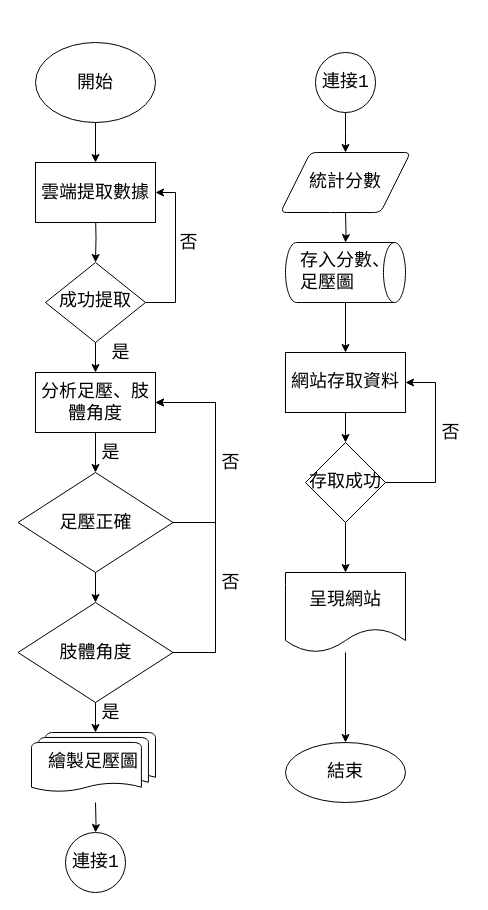
Before: Untitled Diagram.drawio in kelly1117ws/sql_project, a draw.io diagram. Source tidied: cells renumbered, new cells numbered last; positions are measured from the earlier drawing's top-left corner, leaving out a move shared by most shapes. Both pictures are drawn from the tidied source at 100%, with x=0, y=0 at pixel (17, 42).
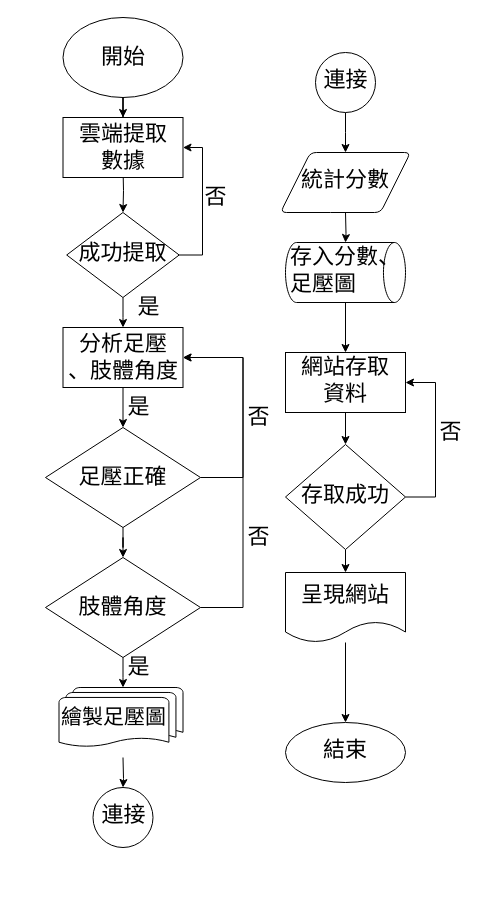
After the change.

What changed in the source:
```diff
@@
-    <mxCell id="2" style="edgeStyle=orthogonalEdgeStyle;rounded=0;jettySize=auto;html=1;fontSize=18;" parent="1" edge="1" target="5">
+    <mxCell id="2" style="edgeStyle=orthogonalEdgeStyle;rounded=0;jettySize=auto;html=1;fontSize=22;" parent="1" edge="1" target="5">
       <mxGeometry relative="1" as="geometry">
-        <mxPoint x="78" y="170" as="sourcePoint" />
+        <mxPoint x="105.5" y="125" as="sourcePoint" />
       </mxGeometry>
     </mxCell>
-    <mxCell id="3" style="edgeStyle=orthogonalEdgeStyle;rounded=0;jettySize=auto;html=1;fontSize=18;" parent="1" edge="1" source="5" target="10">
+    <mxCell id="3" style="edgeStyle=orthogonalEdgeStyle;rounded=0;jettySize=auto;html=1;fontSize=22;" parent="1" edge="1" source="5" target="10">
       <mxGeometry relative="1" as="geometry" />
     </mxCell>
-    <mxCell id="4" style="edgeStyle=orthogonalEdgeStyle;rounded=0;jettySize=auto;html=1;entryX=1;entryY=0.5;entryDx=0;entryDy=0;fontSize=18;" parent="1" edge="1" source="5">
+    <mxCell id="4" style="edgeStyle=orthogonalEdgeStyle;rounded=0;jettySize=auto;html=1;entryX=1;entryY=0.5;entryDx=0;entryDy=0;fontSize=22;" parent="1" edge="1" source="5">
       <mxGeometry relative="1" as="geometry">
-        <mxPoint x="138" y="150" as="targetPoint" />
+        <mxPoint x="165.5" y="105" as="targetPoint" />
         <Array as="points">
-          <mxPoint x="158" y="260" />
-          <mxPoint x="158" y="150" />
+          <mxPoint x="185" y="213" />
+          <mxPoint x="185" y="105" />
         </Array>
       </mxGeometry>
     </mxCell>
-    <mxCell id="5" value="成功提取" style="rhombus;whiteSpace=wrap;html=1;shadow=0;fontFamily=Helvetica;fontSize=18;align=center;strokeWidth=1;spacing=6;spacingTop=-4;" parent="1" vertex="1">
-      <mxGeometry x="28" y="220" width="100" height="80" as="geometry" />
+    <mxCell id="5" value="成功提取" style="rhombus;whiteSpace=wrap;html=1;shadow=0;fontFamily=Helvetica;fontSize=22;align=center;strokeWidth=1;spacing=6;spacingTop=-4;" parent="1" vertex="1">
+      <mxGeometry x="49.2" y="170" width="112.5" height="85" as="geometry" />
     </mxCell>
-    <mxCell id="6" style="edgeStyle=orthogonalEdgeStyle;rounded=0;jettySize=auto;html=1;fontFamily=Courier New;fontSize=18;" parent="1" edge="1" source="7" target="28">
+    <mxCell id="6" style="edgeStyle=orthogonalEdgeStyle;rounded=0;jettySize=auto;html=1;fontFamily=Courier New;fontSize=22;" parent="1" edge="1" source="7" target="28">
       <mxGeometry relative="1" as="geometry" />
     </mxCell>
-    <mxCell id="7" style="ellipse;whiteSpace=wrap;html=1;shadow=0;fontSize=18;" parent="1" vertex="1">
-      <mxGeometry x="18" width="120" height="80" as="geometry" />
+    <mxCell id="7" value="&lt;span style=&quot;font-size: 22px;&quot;&gt;開始&lt;/span&gt;" style="ellipse;whiteSpace=wrap;html=1;shadow=0;fontSize=22;" parent="1" vertex="1">
+      <mxGeometry x="45.5" y="-25" width="120" height="80" as="geometry" />
     </mxCell>
-    <mxCell id="8" value="開始" style="text;html=1;strokeColor=none;fillColor=none;align=center;verticalAlign=middle;whiteSpace=wrap;rounded=0;shadow=0;fontSize=18;" parent="1" vertex="1">
-      <mxGeometry x="48" y="25" width="60" height="30" as="geometry" />
-    </mxCell>
-    <mxCell id="9" style="edgeStyle=orthogonalEdgeStyle;rounded=0;jettySize=auto;html=1;fontSize=18;" parent="1" edge="1" source="10" target="13">
+    <mxCell id="9" style="edgeStyle=orthogonalEdgeStyle;rounded=0;jettySize=auto;html=1;fontSize=22;" parent="1" edge="1" source="10" target="13">
       <mxGeometry relative="1" as="geometry" />
     </mxCell>
-    <mxCell id="10" value="分析足壓、&lt;span style=&quot;text-align: right; font-size: 18px;&quot;&gt;肢體角度&lt;/span&gt;" style="rounded=0;whiteSpace=wrap;html=1;shadow=0;fontSize=18;" parent="1" vertex="1">
-      <mxGeometry x="18" y="330" width="120" height="60" as="geometry" />
+    <mxCell id="10" value="分析足壓&lt;br style=&quot;font-size: 22px;&quot;&gt;&lt;span style=&quot;font-size: 22px;&quot;&gt;、肢體角度&lt;/span&gt;" style="rounded=0;whiteSpace=wrap;html=1;shadow=0;fontSize=22;align=center;" parent="1" vertex="1">
+      <mxGeometry x="45.5" y="285" width="120" height="60" as="geometry" />
     </mxCell>
-    <mxCell id="11" style="edgeStyle=orthogonalEdgeStyle;rounded=0;jettySize=auto;html=1;entryX=1;entryY=0.5;entryDx=0;entryDy=0;fontSize=18;" parent="1" edge="1" source="13" target="10">
+    <mxCell id="11" style="edgeStyle=orthogonalEdgeStyle;rounded=0;jettySize=auto;html=1;entryX=1;entryY=0.5;entryDx=0;entryDy=0;fontSize=22;" parent="1" edge="1" source="13" target="10">
       <mxGeometry relative="1" as="geometry">
         <Array as="points">
-          <mxPoint x="198" y="480" />
-          <mxPoint x="198" y="360" />
+          <mxPoint x="225.5" y="435" />
+          <mxPoint x="225.5" y="315" />
         </Array>
       </mxGeometry>
     </mxCell>
-    <mxCell id="12" style="edgeStyle=orthogonalEdgeStyle;rounded=0;jettySize=auto;html=1;fontSize=18;" parent="1" edge="1" source="13" target="20">
+    <mxCell id="12" style="edgeStyle=orthogonalEdgeStyle;rounded=0;jettySize=auto;html=1;fontSize=22;" parent="1" edge="1" source="13" target="20">
       <mxGeometry relative="1" as="geometry" />
     </mxCell>
-    <mxCell id="13" value="足壓正確" style="rhombus;whiteSpace=wrap;html=1;rounded=0;shadow=0;fontSize=18;" parent="1" vertex="1">
-      <mxGeometry x="0.5" y="430" width="155" height="100" as="geometry" />
+    <mxCell id="13" value="足壓正確" style="rhombus;whiteSpace=wrap;html=1;rounded=0;shadow=0;fontSize=22;" parent="1" vertex="1">
+      <mxGeometry x="28" y="385" width="155" height="100" as="geometry" />
     </mxCell>
-    <mxCell id="14" value="否" style="text;html=1;align=center;verticalAlign=middle;strokeColor=none;fillColor=none;fontSize=18;" parent="1" vertex="1">
-      <mxGeometry x="155.5" y="185" width="30" height="30" as="geometry" />
+    <mxCell id="14" value="否" style="text;html=1;align=center;verticalAlign=middle;strokeColor=none;fillColor=none;fontSize=22;" parent="1" vertex="1">
+      <mxGeometry x="178" y="140" width="40" height="30" as="geometry" />
     </mxCell>
-    <mxCell id="15" value="是" style="text;html=1;align=center;verticalAlign=middle;strokeColor=none;fillColor=none;fontSize=18;" parent="1" vertex="1">
-      <mxGeometry x="88" y="295" width="30" height="30" as="geometry" />
+    <mxCell id="15" value="是" style="text;html=1;align=center;verticalAlign=middle;strokeColor=none;fillColor=none;fontSize=22;" parent="1" vertex="1">
+      <mxGeometry x="110.5" y="250" width="40" height="30" as="geometry" />
     </mxCell>
-    <mxCell id="16" value="否" style="text;html=1;align=center;verticalAlign=middle;strokeColor=none;fillColor=none;fontSize=18;" parent="1" vertex="1">
-      <mxGeometry x="198" y="405" width="30" height="30" as="geometry" />
+    <mxCell id="16" value="否" style="text;html=1;align=center;verticalAlign=middle;strokeColor=none;fillColor=none;fontSize=22;" parent="1" vertex="1">
+      <mxGeometry x="220.5" y="360" width="40" height="30" as="geometry" />
     </mxCell>
-    <mxCell id="17" value="是" style="text;html=1;align=center;verticalAlign=middle;strokeColor=none;fillColor=none;fontSize=18;" parent="1" vertex="1">
-      <mxGeometry x="78" y="395" width="30" height="30" as="geometry" />
+    <mxCell id="17" value="是" style="text;html=1;align=center;verticalAlign=middle;strokeColor=none;fillColor=none;fontSize=22;" parent="1" vertex="1">
+      <mxGeometry x="100.5" y="350" width="40" height="30" as="geometry" />
     </mxCell>
-    <mxCell id="18" style="edgeStyle=orthogonalEdgeStyle;rounded=0;jettySize=auto;html=1;fontSize=18;" parent="1" edge="1" source="20">
+    <mxCell id="18" style="edgeStyle=orthogonalEdgeStyle;rounded=0;jettySize=auto;html=1;fontSize=22;" parent="1" edge="1" source="20">
       <mxGeometry relative="1" as="geometry">
-        <mxPoint x="138" y="360" as="targetPoint" />
+        <mxPoint x="165.5" y="315" as="targetPoint" />
         <Array as="points">
-          <mxPoint x="198" y="610" />
-          <mxPoint x="198" y="360" />
+          <mxPoint x="225.5" y="565" />
+          <mxPoint x="225.5" y="315" />
         </Array>
       </mxGeometry>
     </mxCell>
-    <mxCell id="19" style="edgeStyle=orthogonalEdgeStyle;rounded=0;jettySize=auto;html=1;entryX=0.5;entryY=0;entryDx=0;entryDy=0;entryPerimeter=0;fontSize=18;" parent="1" edge="1" source="20">
+    <mxCell id="19" style="edgeStyle=orthogonalEdgeStyle;rounded=0;jettySize=auto;html=1;entryX=0.5;entryY=0;entryDx=0;entryDy=0;entryPerimeter=0;fontSize=22;" parent="1" edge="1" source="20">
       <mxGeometry relative="1" as="geometry">
-        <mxPoint x="78" y="690" as="targetPoint" />
+        <mxPoint x="105.5" y="645" as="targetPoint" />
       </mxGeometry>
     </mxCell>
-    <mxCell id="20" value="肢體角度" style="rhombus;whiteSpace=wrap;html=1;rounded=0;shadow=0;fontSize=18;" parent="1" vertex="1">
-      <mxGeometry x="0.5" y="560" width="155" height="100" as="geometry" />
+    <mxCell id="20" value="肢體角度" style="rhombus;whiteSpace=wrap;html=1;rounded=0;shadow=0;fontSize=22;" parent="1" vertex="1">
+      <mxGeometry x="28" y="515" width="155" height="100" as="geometry" />
     </mxCell>
-    <mxCell id="21" style="edgeStyle=orthogonalEdgeStyle;rounded=0;jettySize=auto;html=1;fontFamily=Courier New;fontSize=18;" parent="1" edge="1" target="22">
+    <mxCell id="21" style="edgeStyle=orthogonalEdgeStyle;rounded=0;jettySize=auto;html=1;fontFamily=Courier New;fontSize=22;" parent="1" edge="1" target="22">
       <mxGeometry relative="1" as="geometry">
-        <mxPoint x="78" y="760" as="sourcePoint" />
+        <mxPoint x="105.5" y="715" as="sourcePoint" />
       </mxGeometry>
     </mxCell>
-    <mxCell id="22" style="verticalLabelPosition=bottom;verticalAlign=top;html=1;shape=mxgraph.flowchart.on-page_reference;shadow=0;fontFamily=Courier New;fontSize=18;strokeWidth=1;" parent="1" vertex="1">
-      <mxGeometry x="48" y="790" width="60" height="60" as="geometry" />
+    <mxCell id="22" style="verticalLabelPosition=bottom;verticalAlign=top;html=1;shape=mxgraph.flowchart.on-page_reference;shadow=0;fontFamily=Courier New;fontSize=22;strokeWidth=1;" parent="1" vertex="1">
+      <mxGeometry x="75.5" y="745" width="60" height="60" as="geometry" />
     </mxCell>
-    <mxCell id="23" value="連接1" style="text;html=1;align=center;verticalAlign=middle;strokeColor=none;fillColor=none;fontSize=18;fontFamily=Courier New;" parent="1" vertex="1">
-      <mxGeometry x="48" y="805" width="60" height="30" as="geometry" />
+    <mxCell id="23" value="連接" style="text;html=1;align=center;verticalAlign=middle;strokeColor=none;fillColor=none;fontSize=22;fontFamily=Courier New;" parent="1" vertex="1">
+      <mxGeometry x="75.5" y="760" width="60" height="30" as="geometry" />
     </mxCell>
-    <mxCell id="24" style="edgeStyle=orthogonalEdgeStyle;rounded=0;jettySize=auto;html=1;fontFamily=Courier New;fontSize=18;" parent="1" edge="1" source="25">
+    <mxCell id="24" style="edgeStyle=orthogonalEdgeStyle;rounded=0;jettySize=auto;html=1;fontFamily=Courier New;fontSize=22;" parent="1" edge="1" source="25">
       <mxGeometry relative="1" as="geometry">
         <mxPoint x="328" y="110" as="targetPoint" />
       </mxGeometry>
     </mxCell>
-    <mxCell id="25" style="verticalLabelPosition=bottom;verticalAlign=top;html=1;shape=mxgraph.flowchart.on-page_reference;shadow=0;fontFamily=Courier New;fontSize=18;strokeWidth=1;" parent="1" vertex="1">
+    <mxCell id="25" style="verticalLabelPosition=bottom;verticalAlign=top;html=1;shape=mxgraph.flowchart.on-page_reference;shadow=0;fontFamily=Courier New;fontSize=22;strokeWidth=1;" parent="1" vertex="1">
       <mxGeometry x="298" y="10" width="60" height="60" as="geometry" />
     </mxCell>
-    <mxCell id="26" value="連接1" style="text;html=1;align=center;verticalAlign=middle;strokeColor=none;fillColor=none;fontSize=18;fontFamily=Courier New;" parent="1" vertex="1">
+    <mxCell id="26" value="連接" style="text;html=1;align=center;verticalAlign=middle;strokeColor=none;fillColor=none;fontSize=22;fontFamily=Courier New;" parent="1" vertex="1">
       <mxGeometry x="298" y="25" width="60" height="30" as="geometry" />
     </mxCell>
-    <mxCell id="27" style="edgeStyle=orthogonalEdgeStyle;rounded=0;jettySize=auto;html=1;fontFamily=Courier New;fontSize=18;" parent="1" edge="1" target="31">
+    <mxCell id="27" style="edgeStyle=orthogonalEdgeStyle;rounded=0;jettySize=auto;html=1;fontFamily=Courier New;fontSize=22;" parent="1" edge="1" target="31">
       <mxGeometry relative="1" as="geometry">
         <mxPoint x="328" y="170" as="sourcePoint" />
       </mxGeometry>
     </mxCell>
-    <mxCell id="28" value="&lt;span style=&quot;font-size: 18px;&quot;&gt;雲端提取數據&lt;/span&gt;" style="whiteSpace=wrap;html=1;shadow=0;fontSize=18;" parent="1" vertex="1">
-      <mxGeometry x="18" y="120" width="120" height="60" as="geometry" />
+    <mxCell id="28" value="&lt;span style=&quot;font-size: 22px;&quot;&gt;雲端提取&lt;br style=&quot;font-size: 22px;&quot;&gt;數據&lt;/span&gt;" style="whiteSpace=wrap;html=1;shadow=0;fontSize=22;" parent="1" vertex="1">
+      <mxGeometry x="45.5" y="75" width="120" height="60" as="geometry" />
     </mxCell>
-    <mxCell id="29" value="&lt;span style=&quot;font-family: helvetica; font-size: 18px;&quot;&gt;繪製足壓圖&lt;/span&gt;" style="strokeWidth=1;html=1;shape=mxgraph.flowchart.multi-document;whiteSpace=wrap;shadow=0;fontFamily=Courier New;fontSize=18;align=center;labelPosition=center;verticalLabelPosition=middle;verticalAlign=middle;" parent="1" vertex="1">
-      <mxGeometry x="14" y="690" width="124" height="60" as="geometry" />
+    <mxCell id="29" value="&lt;span style=&quot;font-family: helvetica; font-size: 21px;&quot;&gt;繪製足壓圖&lt;/span&gt;" style="strokeWidth=1;html=1;shape=mxgraph.flowchart.multi-document;whiteSpace=wrap;shadow=0;fontFamily=Courier New;fontSize=21;align=left;labelPosition=center;verticalLabelPosition=middle;verticalAlign=middle;" parent="1" vertex="1">
+      <mxGeometry x="41.5" y="645" width="124" height="60" as="geometry" />
     </mxCell>
-    <mxCell id="30" style="edgeStyle=orthogonalEdgeStyle;rounded=0;jettySize=auto;html=1;fontFamily=Courier New;fontSize=18;" parent="1" edge="1" source="31" target="34">
+    <mxCell id="30" style="edgeStyle=orthogonalEdgeStyle;rounded=0;jettySize=auto;html=1;fontFamily=Courier New;fontSize=22;" parent="1" edge="1" source="31" target="34">
       <mxGeometry relative="1" as="geometry" />
     </mxCell>
-    <mxCell id="31" value="存入分數、&lt;br style=&quot;font-size: 18px;&quot;&gt;&lt;div style=&quot;text-align: left; font-size: 18px;&quot;&gt;&lt;span style=&quot;font-size: 18px;&quot;&gt;足壓圖&lt;/span&gt;&lt;/div&gt;" style="strokeWidth=1;html=1;shape=mxgraph.flowchart.direct_data;whiteSpace=wrap;shadow=0;fontFamily=Courier New;fontSize=18;" parent="1" vertex="1">
+    <mxCell id="31" value="存入分數、&lt;br style=&quot;font-size: 22px;&quot;&gt;&lt;div style=&quot;text-align: left; font-size: 22px;&quot;&gt;&lt;span style=&quot;font-size: 22px;&quot;&gt;足壓圖&lt;/span&gt;&lt;/div&gt;" style="strokeWidth=1;html=1;shape=mxgraph.flowchart.direct_data;whiteSpace=wrap;shadow=0;fontFamily=Courier New;fontSize=22;" parent="1" vertex="1">
       <mxGeometry x="268" y="200" width="120" height="60" as="geometry" />
     </mxCell>
-    <mxCell id="32" value="統計分數" style="shape=parallelogram;html=1;strokeWidth=1;perimeter=parallelogramPerimeter;whiteSpace=wrap;rounded=1;arcSize=12;size=0.23;shadow=0;fontFamily=Courier New;fontSize=18;" parent="1" vertex="1">
+    <mxCell id="32" value="統計分數" style="shape=parallelogram;html=1;strokeWidth=1;perimeter=parallelogramPerimeter;whiteSpace=wrap;rounded=1;arcSize=12;size=0.23;shadow=0;fontFamily=Courier New;fontSize=22;" parent="1" vertex="1">
       <mxGeometry x="263" y="110" width="130" height="60" as="geometry" />
     </mxCell>
-    <mxCell id="33" style="edgeStyle=orthogonalEdgeStyle;rounded=0;jettySize=auto;html=1;fontFamily=Courier New;fontSize=18;" parent="1" edge="1" source="34" target="37">
+    <mxCell id="33" style="edgeStyle=orthogonalEdgeStyle;rounded=0;jettySize=auto;html=1;fontFamily=Courier New;fontSize=22;" parent="1" edge="1" source="34" target="37">
       <mxGeometry relative="1" as="geometry" />
     </mxCell>
-    <mxCell id="34" value="網站存取資料" style="whiteSpace=wrap;html=1;fontSize=18;fontFamily=Courier New;strokeWidth=1;shadow=0;" parent="1" vertex="1">
+    <mxCell id="34" value="網站存取&lt;br&gt;資料" style="whiteSpace=wrap;html=1;fontSize=22;fontFamily=Courier New;strokeWidth=1;shadow=0;" parent="1" vertex="1">
       <mxGeometry x="268" y="310" width="120" height="60" as="geometry" />
     </mxCell>
-    <mxCell id="35" style="edgeStyle=orthogonalEdgeStyle;rounded=0;jettySize=auto;html=1;exitX=1;exitY=0.5;exitDx=0;exitDy=0;entryX=1;entryY=0.5;entryDx=0;entryDy=0;fontFamily=Courier New;fontSize=18;" parent="1" edge="1" source="37" target="34">
+    <mxCell id="35" style="edgeStyle=orthogonalEdgeStyle;rounded=0;jettySize=auto;html=1;exitX=1;exitY=0.5;exitDx=0;exitDy=0;entryX=1;entryY=0.5;entryDx=0;entryDy=0;fontFamily=Courier New;fontSize=22;" parent="1" edge="1" source="37" target="34">
       <mxGeometry relative="1" as="geometry">
         <Array as="points">
-          <mxPoint x="418" y="440" />
+          <mxPoint x="418" y="454" />
           <mxPoint x="418" y="340" />
         </Array>
       </mxGeometry>
     </mxCell>
-    <mxCell id="36" style="edgeStyle=orthogonalEdgeStyle;rounded=0;jettySize=auto;html=1;fontFamily=Courier New;fontSize=18;" parent="1" edge="1" source="37" target="42">
+    <mxCell id="36" style="edgeStyle=orthogonalEdgeStyle;rounded=0;jettySize=auto;html=1;fontFamily=Courier New;fontSize=22;" parent="1" edge="1" source="37" target="42">
       <mxGeometry relative="1" as="geometry" />
     </mxCell>
-    <mxCell id="37" value="存取成功" style="rhombus;whiteSpace=wrap;html=1;fontSize=18;fontFamily=Courier New;strokeWidth=1;shadow=0;" parent="1" vertex="1">
-      <mxGeometry x="288" y="400" width="80" height="80" as="geometry" />
+    <mxCell id="37" value="存取成功" style="rhombus;whiteSpace=wrap;html=1;fontSize=22;fontFamily=Courier New;strokeWidth=1;shadow=0;" parent="1" vertex="1">
+      <mxGeometry x="268" y="402" width="120" height="105" as="geometry" />
     </mxCell>
-    <mxCell id="38" value="否" style="text;html=1;align=center;verticalAlign=middle;strokeColor=none;fillColor=none;fontSize=18;" parent="1" vertex="1">
-      <mxGeometry x="418" y="375" width="30" height="30" as="geometry" />
+    <mxCell id="38" value="否" style="text;html=1;align=center;verticalAlign=middle;strokeColor=none;fillColor=none;fontSize=22;" parent="1" vertex="1">
+      <mxGeometry x="413" y="375" width="40" height="30" as="geometry" />
     </mxCell>
-    <mxCell id="39" value="否" style="text;html=1;align=center;verticalAlign=middle;strokeColor=none;fillColor=none;fontSize=18;" parent="1" vertex="1">
-      <mxGeometry x="198" y="525" width="30" height="30" as="geometry" />
+    <mxCell id="39" value="否" style="text;html=1;align=center;verticalAlign=middle;strokeColor=none;fillColor=none;fontSize=22;" parent="1" vertex="1">
+      <mxGeometry x="220.5" y="480" width="40" height="30" as="geometry" />
     </mxCell>
-    <mxCell id="40" value="是" style="text;html=1;align=center;verticalAlign=middle;strokeColor=none;fillColor=none;fontSize=18;" parent="1" vertex="1">
-      <mxGeometry x="78" y="655" width="30" height="30" as="geometry" />
+    <mxCell id="40" value="是" style="text;html=1;align=center;verticalAlign=middle;strokeColor=none;fillColor=none;fontSize=22;" parent="1" vertex="1">
+      <mxGeometry x="100.5" y="610" width="40" height="30" as="geometry" />
     </mxCell>
-    <mxCell id="41" style="edgeStyle=orthogonalEdgeStyle;rounded=0;jettySize=auto;html=1;fontFamily=Courier New;fontSize=18;" parent="1" edge="1" source="42" target="43">
+    <mxCell id="41" style="edgeStyle=orthogonalEdgeStyle;rounded=0;jettySize=auto;html=1;fontFamily=Courier New;fontSize=22;" parent="1" edge="1" source="42" target="43">
       <mxGeometry relative="1" as="geometry" />
     </mxCell>
-    <mxCell id="42" value="呈現網站" style="shape=document;whiteSpace=wrap;html=1;boundedLbl=1;fontSize=18;fontFamily=Courier New;strokeWidth=1;shadow=0;" parent="1" vertex="1">
-      <mxGeometry x="268" y="530" width="120" height="80" as="geometry" />
+    <mxCell id="42" value="呈現網站" style="shape=document;whiteSpace=wrap;html=1;boundedLbl=1;fontSize=22;fontFamily=Courier New;strokeWidth=1;shadow=0;" parent="1" vertex="1">
+      <mxGeometry x="268" y="530" width="120" height="70" as="geometry" />
     </mxCell>
-    <mxCell id="43" value="結束" style="ellipse;whiteSpace=wrap;html=1;fontSize=18;fontFamily=Courier New;strokeWidth=1;shadow=0;" parent="1" vertex="1">
-      <mxGeometry x="268" y="700" width="120" height="60" as="geometry" />
+    <mxCell id="43" value="結束" style="ellipse;whiteSpace=wrap;html=1;fontSize=22;fontFamily=Courier New;strokeWidth=1;shadow=0;" parent="1" vertex="1">
+      <mxGeometry x="268" y="680" width="120" height="60" as="geometry" />
     </mxCell>
```
